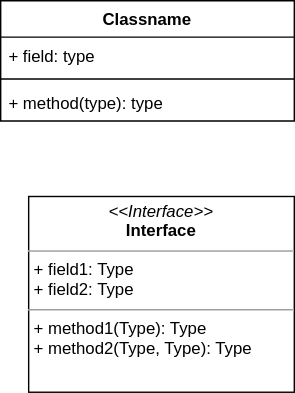
This is Diagrama UML.svg from JoacoGar/Desafio_compuertas, a draw.io export, as it was before one commit. Source tidied: cells renumbered, new cells last; positions are measured from the earlier drawing's top-left corner, leaving out a move shared by most shapes. Source of this version:
```xml
<mxGraphModel>
  <root>
    <mxCell id="0" />
    <mxCell id="1" parent="0" />
    <mxCell id="2" value="Classname" style="swimlane;fontStyle=1;align=center;verticalAlign=top;horizontal=1;startSize=26;whiteSpace=wrap;html=1;" parent="1" vertex="1">
      <mxGeometry width="210" height="86" as="geometry" />
    </mxCell>
    <mxCell id="3" value="+ field: type" style="text;strokeColor=none;fillColor=none;align=left;verticalAlign=top;spacingLeft=4;spacingRight=4;overflow=hidden;whiteSpace=wrap;html=1;" parent="2" vertex="1">
      <mxGeometry y="26" width="210" height="26" as="geometry" />
    </mxCell>
    <mxCell id="4" style="line;strokeWidth=1;fillColor=none;align=left;verticalAlign=middle;spacingTop=-1;spacingLeft=3;spacingRight=3;labelPosition=right;strokeColor=inherit;" parent="2" vertex="1">
      <mxGeometry y="52" width="210" height="8" as="geometry" />
    </mxCell>
    <mxCell id="5" value="+ method(type): type" style="text;strokeColor=none;fillColor=none;align=left;verticalAlign=top;spacingLeft=4;spacingRight=4;overflow=hidden;whiteSpace=wrap;html=1;" parent="2" vertex="1">
      <mxGeometry y="60" width="210" height="26" as="geometry" />
    </mxCell>
    <mxCell id="6" value="&lt;p style=&quot;margin:0px;margin-top:4px;text-align:center;&quot;&gt;&lt;i&gt;&amp;lt;&amp;lt;Interface&amp;gt;&amp;gt;&lt;/i&gt;&lt;br/&gt;&lt;b&gt;Interface&lt;/b&gt;&lt;/p&gt;&lt;hr size=&quot;1&quot;/&gt;&lt;p style=&quot;margin:0px;margin-left:4px;&quot;&gt;+ field1: Type&lt;br/&gt;+ field2: Type&lt;/p&gt;&lt;hr size=&quot;1&quot;/&gt;&lt;p style=&quot;margin:0px;margin-left:4px;&quot;&gt;+ method1(Type): Type&lt;br/&gt;+ method2(Type, Type): Type&lt;/p&gt;" style="verticalAlign=top;align=left;overflow=fill;fontSize=12;fontFamily=Helvetica;html=1;whiteSpace=wrap;" parent="1" vertex="1">
      <mxGeometry x="20" y="140" width="190" height="140" as="geometry" />
    </mxCell>
  </root>
</mxGraphModel>
```
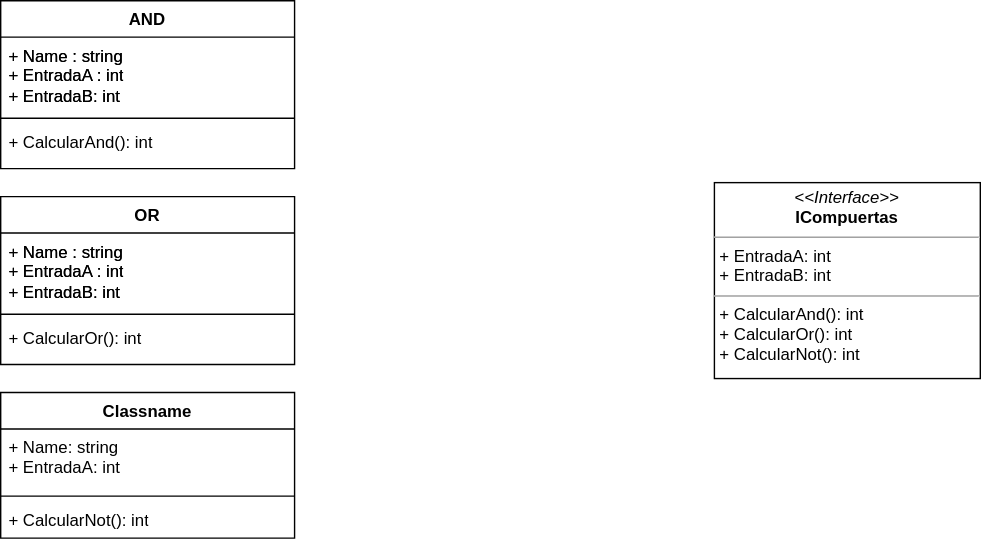
Above is the later version.

Commit message:
Diagrama sin terminar

Change to the diagram source:
```diff
@@ -2,20 +2,50 @@
   <root>
     <mxCell id="0" />
     <mxCell id="1" parent="0" />
-    <mxCell id="2" value="Classname" style="swimlane;fontStyle=1;align=center;verticalAlign=top;horizontal=1;startSize=26;whiteSpace=wrap;html=1;" parent="1" vertex="1">
-      <mxGeometry width="210" height="86" as="geometry" />
+    <mxCell id="2" value="AND" style="swimlane;fontStyle=1;align=center;verticalAlign=top;horizontal=1;startSize=26;whiteSpace=wrap;html=1;" parent="1" vertex="1">
+      <mxGeometry x="-120" width="210" height="120" as="geometry" />
     </mxCell>
-    <mxCell id="3" value="+ field: type" style="text;strokeColor=none;fillColor=none;align=left;verticalAlign=top;spacingLeft=4;spacingRight=4;overflow=hidden;whiteSpace=wrap;html=1;" parent="2" vertex="1">
-      <mxGeometry y="26" width="210" height="26" as="geometry" />
+    <mxCell id="3" value="+ Name : string&lt;br&gt;+ EntradaA : int&lt;br&gt;+ EntradaB: int" style="text;strokeColor=none;fillColor=none;align=left;verticalAlign=top;spacingLeft=4;spacingRight=4;overflow=hidden;whiteSpace=wrap;html=1;" parent="2" vertex="1">
+      <mxGeometry y="26" width="210" height="54" as="geometry" />
     </mxCell>
     <mxCell id="4" style="line;strokeWidth=1;fillColor=none;align=left;verticalAlign=middle;spacingTop=-1;spacingLeft=3;spacingRight=3;labelPosition=right;strokeColor=inherit;" parent="2" vertex="1">
-      <mxGeometry y="52" width="210" height="8" as="geometry" />
+      <mxGeometry y="80" width="210" height="8" as="geometry" />
     </mxCell>
-    <mxCell id="5" value="+ method(type): type" style="text;strokeColor=none;fillColor=none;align=left;verticalAlign=top;spacingLeft=4;spacingRight=4;overflow=hidden;whiteSpace=wrap;html=1;" parent="2" vertex="1">
-      <mxGeometry y="60" width="210" height="26" as="geometry" />
+    <mxCell id="5" value="+ CalcularAnd(): int" style="text;strokeColor=none;fillColor=none;align=left;verticalAlign=top;spacingLeft=4;spacingRight=4;overflow=hidden;whiteSpace=wrap;html=1;" parent="2" vertex="1">
+      <mxGeometry y="88" width="210" height="32" as="geometry" />
     </mxCell>
-    <mxCell id="6" value="&lt;p style=&quot;margin:0px;margin-top:4px;text-align:center;&quot;&gt;&lt;i&gt;&amp;lt;&amp;lt;Interface&amp;gt;&amp;gt;&lt;/i&gt;&lt;br/&gt;&lt;b&gt;Interface&lt;/b&gt;&lt;/p&gt;&lt;hr size=&quot;1&quot;/&gt;&lt;p style=&quot;margin:0px;margin-left:4px;&quot;&gt;+ field1: Type&lt;br/&gt;+ field2: Type&lt;/p&gt;&lt;hr size=&quot;1&quot;/&gt;&lt;p style=&quot;margin:0px;margin-left:4px;&quot;&gt;+ method1(Type): Type&lt;br/&gt;+ method2(Type, Type): Type&lt;/p&gt;" style="verticalAlign=top;align=left;overflow=fill;fontSize=12;fontFamily=Helvetica;html=1;whiteSpace=wrap;" parent="1" vertex="1">
-      <mxGeometry x="20" y="140" width="190" height="140" as="geometry" />
+    <mxCell id="6" value="&lt;p style=&quot;margin:0px;margin-top:4px;text-align:center;&quot;&gt;&lt;i&gt;&amp;lt;&amp;lt;Interface&amp;gt;&amp;gt;&lt;/i&gt;&lt;br&gt;&lt;b&gt;ICompuertas&lt;/b&gt;&lt;/p&gt;&lt;hr size=&quot;1&quot;&gt;&lt;p style=&quot;margin:0px;margin-left:4px;&quot;&gt;+ EntradaA: int&lt;/p&gt;&lt;p style=&quot;margin:0px;margin-left:4px;&quot;&gt;+ EntradaB: int&lt;/p&gt;&lt;hr size=&quot;1&quot;&gt;&lt;p style=&quot;margin:0px;margin-left:4px;&quot;&gt;+ CalcularAnd(): int&lt;br&gt;+ CalcularOr(): int&lt;/p&gt;&lt;p style=&quot;margin:0px;margin-left:4px;&quot;&gt;+ CalcularNot(): int&lt;/p&gt;" style="verticalAlign=top;align=left;overflow=fill;fontSize=12;fontFamily=Helvetica;html=1;whiteSpace=wrap;" parent="1" vertex="1">
+      <mxGeometry x="390" y="130" width="190" height="140" as="geometry" />
     </mxCell>
+    <mxCell id="7" value="+ Name : string&lt;br&gt;+ EntradaA : int&lt;br&gt;+ EntradaB: int" style="text;strokeColor=none;fillColor=none;align=left;verticalAlign=top;spacingLeft=4;spacingRight=4;overflow=hidden;whiteSpace=wrap;html=1;" parent="1" vertex="1">
+      <mxGeometry x="-120" y="26" width="210" height="54" as="geometry" />
+    </mxCell>
+    <mxCell id="8" value="OR" style="swimlane;fontStyle=1;align=center;verticalAlign=top;horizontal=1;startSize=26;whiteSpace=wrap;html=1;" parent="1" vertex="1">
+      <mxGeometry x="-120" y="140" width="210" height="120" as="geometry" />
+    </mxCell>
+    <mxCell id="9" value="+ Name : string&lt;br&gt;+ EntradaA : int&lt;br&gt;+ EntradaB: int" style="text;strokeColor=none;fillColor=none;align=left;verticalAlign=top;spacingLeft=4;spacingRight=4;overflow=hidden;whiteSpace=wrap;html=1;" parent="8" vertex="1">
+      <mxGeometry y="26" width="210" height="54" as="geometry" />
+    </mxCell>
+    <mxCell id="10" style="line;strokeWidth=1;fillColor=none;align=left;verticalAlign=middle;spacingTop=-1;spacingLeft=3;spacingRight=3;labelPosition=right;strokeColor=inherit;" parent="8" vertex="1">
+      <mxGeometry y="80" width="210" height="8" as="geometry" />
+    </mxCell>
+    <mxCell id="11" value="+ CalcularOr(): int" style="text;strokeColor=none;fillColor=none;align=left;verticalAlign=top;spacingLeft=4;spacingRight=4;overflow=hidden;whiteSpace=wrap;html=1;" parent="8" vertex="1">
+      <mxGeometry y="88" width="210" height="32" as="geometry" />
+    </mxCell>
+    <mxCell id="12" value="+ Name : string&lt;br&gt;+ EntradaA : int&lt;br&gt;+ EntradaB: int" style="text;strokeColor=none;fillColor=none;align=left;verticalAlign=top;spacingLeft=4;spacingRight=4;overflow=hidden;whiteSpace=wrap;html=1;" parent="1" vertex="1">
+      <mxGeometry x="-120" y="166" width="210" height="54" as="geometry" />
+    </mxCell>
+    <mxCell id="13" value="Classname" style="swimlane;fontStyle=1;align=center;verticalAlign=top;horizontal=1;startSize=26;whiteSpace=wrap;html=1;" parent="1" vertex="1">
+      <mxGeometry x="-120" y="280" width="210" height="104" as="geometry" />
+    </mxCell>
+    <mxCell id="14" value="+ Name: string&lt;br&gt;+ EntradaA: int" style="text;strokeColor=none;fillColor=none;align=left;verticalAlign=top;spacingLeft=4;spacingRight=4;overflow=hidden;whiteSpace=wrap;html=1;" parent="13" vertex="1">
+      <mxGeometry y="26" width="210" height="44" as="geometry" />
+    </mxCell>
+    <mxCell id="15" style="line;strokeWidth=1;fillColor=none;align=left;verticalAlign=middle;spacingTop=-1;spacingLeft=3;spacingRight=3;labelPosition=right;strokeColor=inherit;" parent="13" vertex="1">
+      <mxGeometry y="70" width="210" height="8" as="geometry" />
+    </mxCell>
+    <mxCell id="16" value="+ CalcularNot(): int" style="text;strokeColor=none;fillColor=none;align=left;verticalAlign=top;spacingLeft=4;spacingRight=4;overflow=hidden;whiteSpace=wrap;html=1;" parent="13" vertex="1">
+      <mxGeometry y="78" width="210" height="26" as="geometry" />
+    </mxCell>
   </root>
 </mxGraphModel>
```
